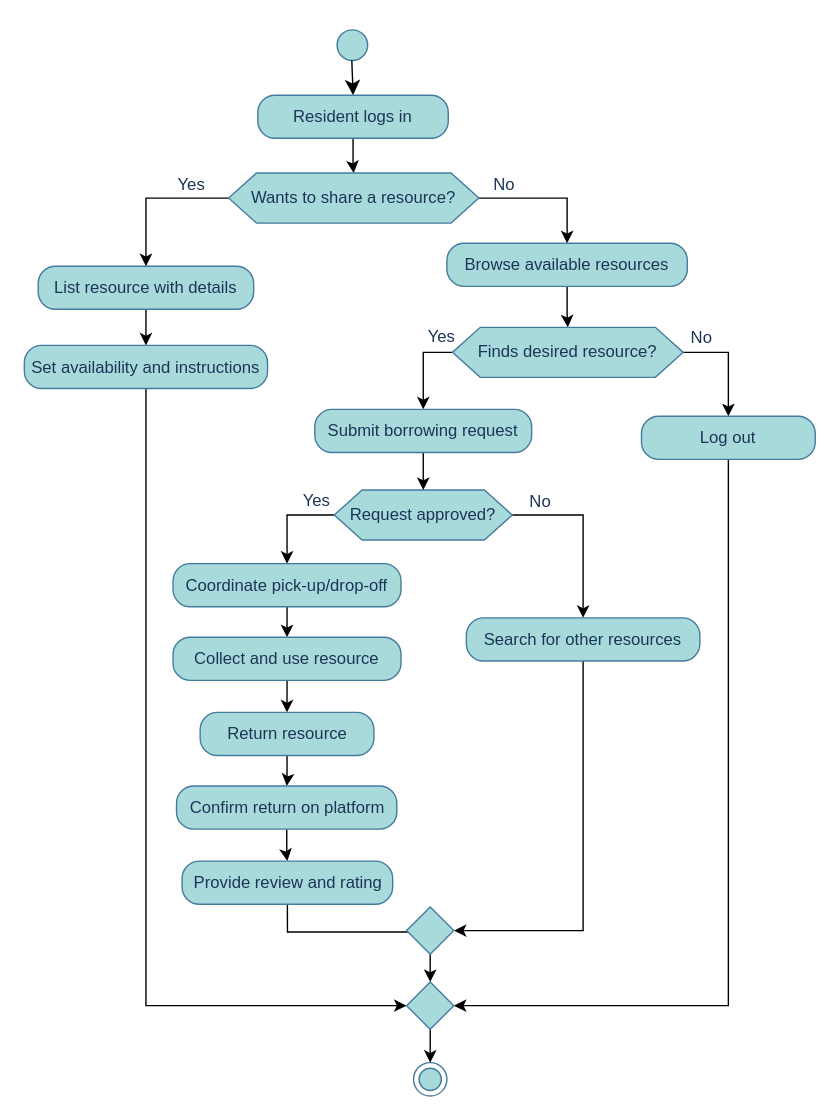
The draw.io diagram dddDiagram.drawio in Hoshmand01/fyp, before the edit. Source tidied: cells renumbered, new cells numbered last; positions are measured from the earlier drawing's top-left corner, leaving out a move shared by most shapes. Both pictures are drawn from the tidied source at 139%, with x=0, y=0 at pixel (24, 24).
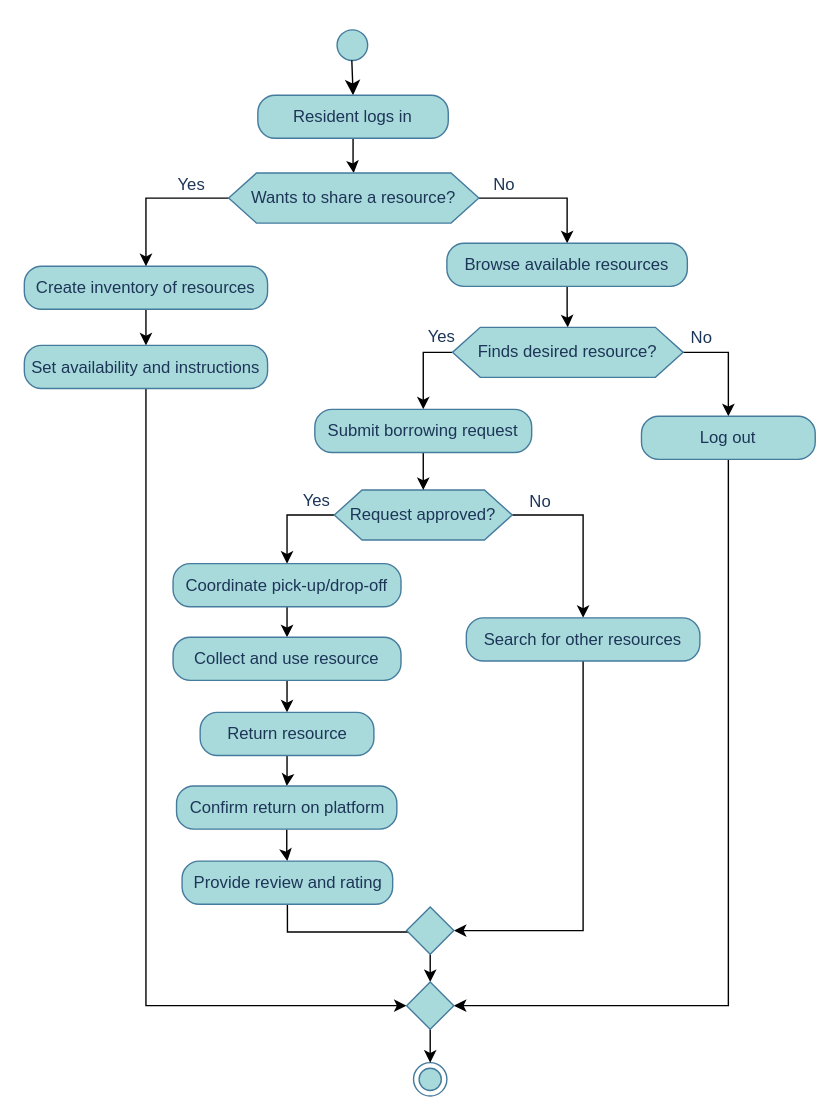
The same diagram, later.

What changed in the source:
```diff
@@
-    <mxCell id="12" value="List resource with details" style="rounded=1;whiteSpace=wrap;html=1;arcSize=40;fontColor=#1D3557;fillColor=#A8DADC;strokeColor=#457B9D;labelBackgroundColor=none;" parent="1" vertex="1">
-      <mxGeometry x="10" y="174" width="155" height="31" as="geometry" />
+    <mxCell id="12" value="Create inventory of resources" style="rounded=1;whiteSpace=wrap;html=1;arcSize=40;fontColor=#1D3557;fillColor=#A8DADC;strokeColor=#457B9D;labelBackgroundColor=none;" parent="1" vertex="1">
+      <mxGeometry y="174" width="175" height="31" as="geometry" />
     </mxCell>
```
